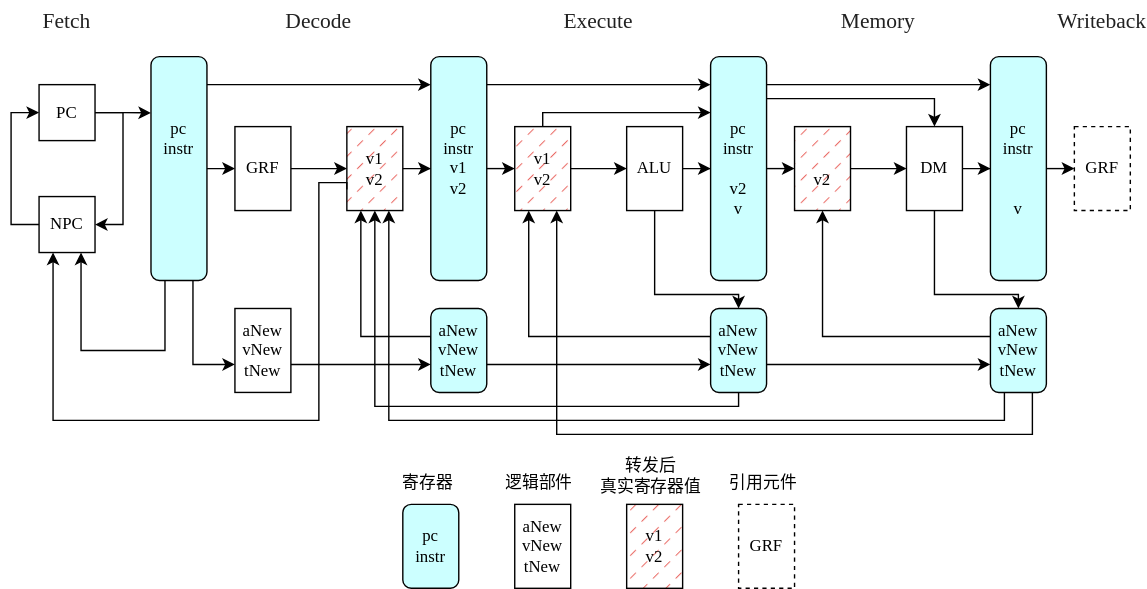
The draw.io diagram P6/cpu.drawio.svg in Chlience/BUAA-CO-2022, before a commit. Source tidied: cells renumbered, new cells last; positions are measured from the earlier drawing's top-left corner, leaving out a move shared by most shapes.
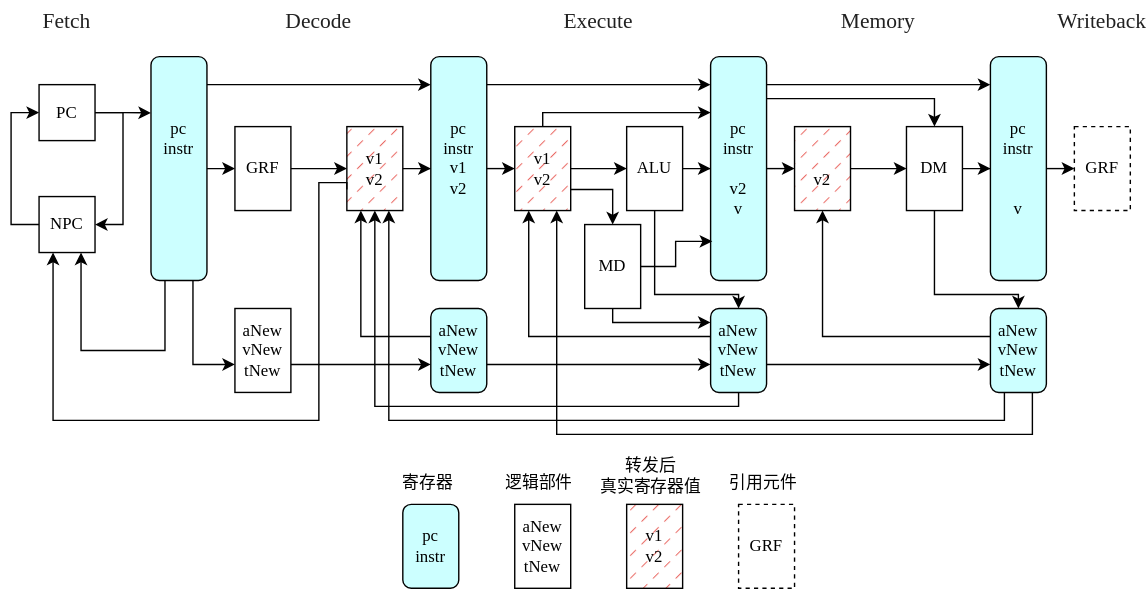
Above is the later version.

Diff of the diagram source:
```diff
@@ -127,6 +127,9 @@
         </Array>
       </mxGeometry>
     </mxCell>
+    <mxCell id="66" style="edgeStyle=orthogonalEdgeStyle;rounded=0;jettySize=auto;html=1;exitX=1;exitY=0.75;exitDx=0;exitDy=0;entryX=0.5;entryY=0;entryDx=0;entryDy=0;" parent="1" edge="1" source="26" target="69">
+      <mxGeometry relative="1" as="geometry" />
+    </mxCell>
     <mxCell id="26" value="v1&lt;br&gt;v2" style="rounded=0;whiteSpace=wrap;html=1;fontFamily=Times New Roman;fillStyle=dashed;fillColor=#EA6B66;labelBackgroundColor=none;" parent="1" vertex="1">
       <mxGeometry x="360" y="90" width="40" height="60" as="geometry" />
     </mxCell>
@@ -307,5 +310,18 @@
     <mxCell id="65" value="转发后&lt;br&gt;真实寄存器值" style="text;strokeColor=none;fillColor=none;align=center;verticalAlign=middle;spacingLeft=4;spacingRight=4;overflow=hidden;whiteSpace=wrap;html=1;rounded=0;labelBackgroundColor=none;fontFamily=Times New Roman;fontSize=12;fontColor=default;" parent="1" vertex="1">
       <mxGeometry x="416.2" y="320" width="82.5" height="40" as="geometry" />
     </mxCell>
+    <mxCell id="67" style="edgeStyle=orthogonalEdgeStyle;rounded=0;jettySize=auto;html=1;entryX=0.03;entryY=0.825;entryDx=0;entryDy=0;entryPerimeter=0;" parent="1" edge="1" source="69" target="23">
+      <mxGeometry relative="1" as="geometry" />
+    </mxCell>
+    <mxCell id="68" style="edgeStyle=orthogonalEdgeStyle;rounded=0;jettySize=auto;html=1;" parent="1" edge="1" source="69" target="41">
+      <mxGeometry relative="1" as="geometry">
+        <Array as="points">
+          <mxPoint x="430" y="230" />
+        </Array>
+      </mxGeometry>
+    </mxCell>
+    <mxCell id="69" value="MD" style="rounded=0;whiteSpace=wrap;html=1;fontFamily=Times New Roman;labelBackgroundColor=none;" parent="1" vertex="1">
+      <mxGeometry x="410" y="160" width="40" height="60" as="geometry" />
+    </mxCell>
   </root>
 </mxGraphModel>
```
